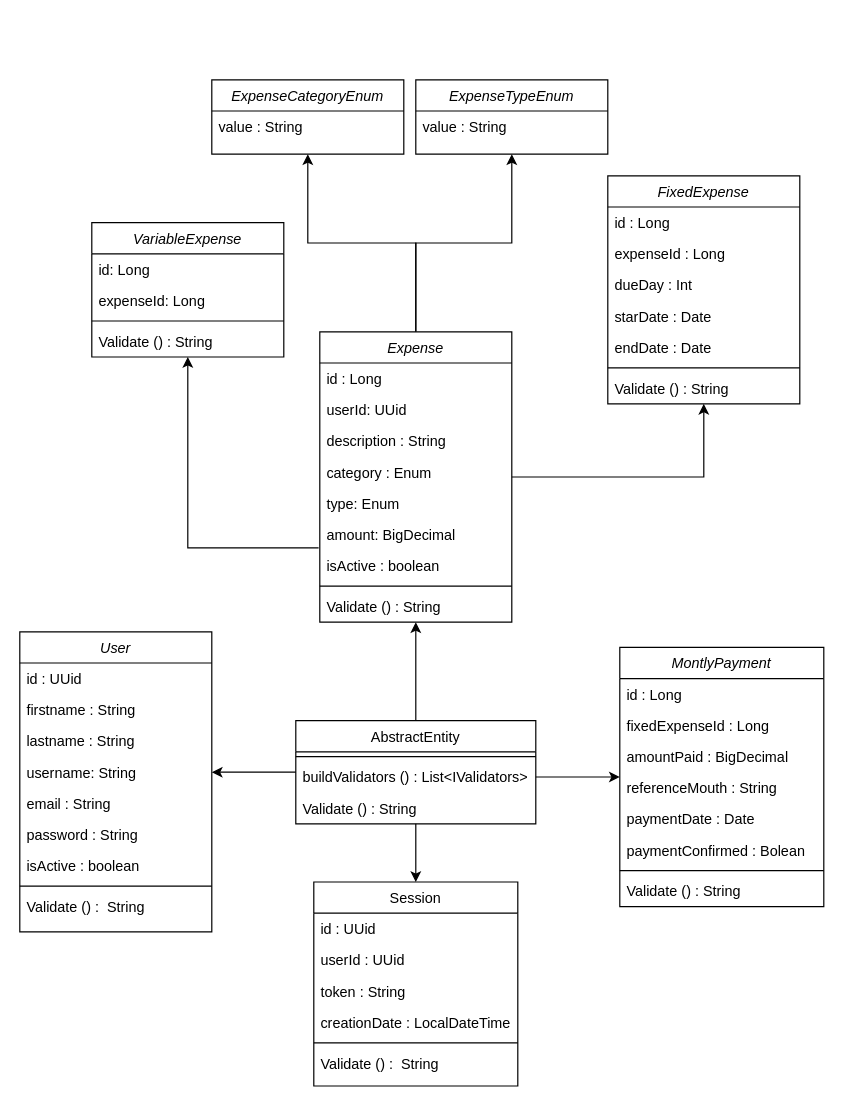
Before: _docs/Class Diagram.drawio in gervasioartur/walletwise-clean-graphql-api, a draw.io diagram. Source tidied: cells renumbered, new cells numbered last; positions are measured from the earlier drawing's top-left corner, leaving out a move shared by most shapes. Both pictures are drawn from the tidied source at 120%, with x=0, y=0 at pixel (19, 79).
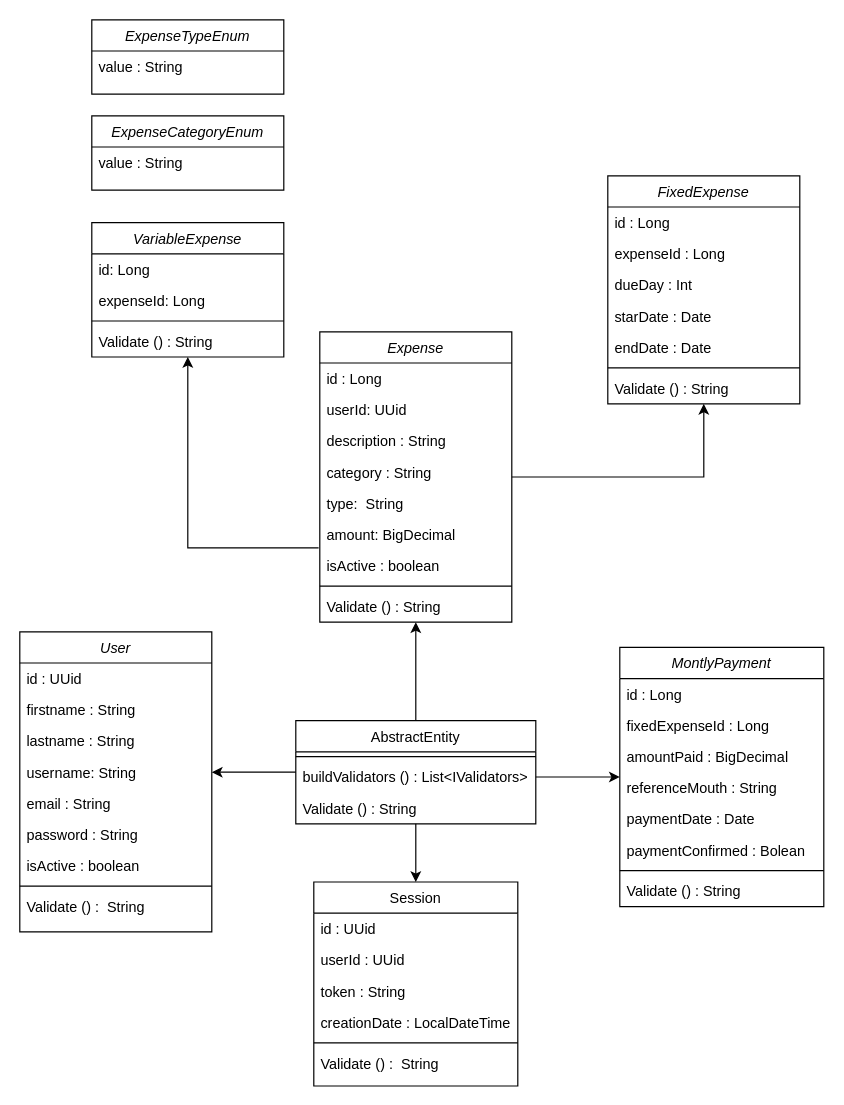
Above is the later version.

Commit message:
doc: update Class Diagram

Unchanged cells that the change refers to:
```xml
<mxCell id="28" value="Expense" style="swimlane;fontStyle=2;align=center;verticalAlign=top;horizontal=1;startSize=26;rounded=0;shadow=0;strokeWidth=1;" parent="1" vertex="1">
  <mxGeometry x="250" y="210" width="160" height="242" as="geometry" />
</mxCell>
```

What changed in the source:
```diff
@@
-    <mxCell id="27" style="edgeStyle=orthogonalEdgeStyle;rounded=0;jettySize=auto;html=1;" parent="1" edge="1" source="28" target="62">
-      <mxGeometry relative="1" as="geometry" />
-    </mxCell>
@@
-    <mxCell id="32" value="category : Enum " style="text;align=left;verticalAlign=top;spacingLeft=4;spacingRight=4;overflow=hidden;rounded=0;shadow=0;html=0;" parent="28" vertex="1">
+    <mxCell id="32" value="category : String" style="text;align=left;verticalAlign=top;spacingLeft=4;spacingRight=4;overflow=hidden;rounded=0;shadow=0;html=0;" parent="28" vertex="1">
       <mxGeometry y="104" width="160" height="26" as="geometry" />
     </mxCell>
-    <mxCell id="33" value="type: Enum" style="text;align=left;verticalAlign=top;spacingLeft=4;spacingRight=4;overflow=hidden;rounded=0;shadow=0;html=0;" parent="28" vertex="1">
+    <mxCell id="33" value="type:  String" style="text;align=left;verticalAlign=top;spacingLeft=4;spacingRight=4;overflow=hidden;rounded=0;shadow=0;html=0;" parent="28" vertex="1">
       <mxGeometry y="130" width="160" height="26" as="geometry" />
     </mxCell>
@@
     <mxCell id="62" value="ExpenseCategoryEnum" style="swimlane;fontStyle=2;align=center;verticalAlign=top;horizontal=1;startSize=26;rounded=0;shadow=0;strokeWidth=1;" parent="1" vertex="1">
-      <mxGeometry x="160" width="160" height="62" as="geometry" />
+      <mxGeometry x="60" y="30" width="160" height="62" as="geometry" />
     </mxCell>
@@
     <mxCell id="64" value="ExpenseTypeEnum" style="swimlane;fontStyle=2;align=center;verticalAlign=top;horizontal=1;startSize=26;rounded=0;shadow=0;strokeWidth=1;" parent="1" vertex="1">
-      <mxGeometry x="330" width="160" height="62" as="geometry" />
+      <mxGeometry x="60" y="-50" width="160" height="62" as="geometry" />
     </mxCell>
@@
-    <mxCell id="66" style="edgeStyle=orthogonalEdgeStyle;rounded=0;jettySize=auto;html=1;entryX=0.5;entryY=1;entryDx=0;entryDy=0;exitX=0.5;exitY=0;exitDx=0;exitDy=0;" parent="1" edge="1" source="28" target="64">
-      <mxGeometry relative="1" as="geometry" />
-    </mxCell>
```
